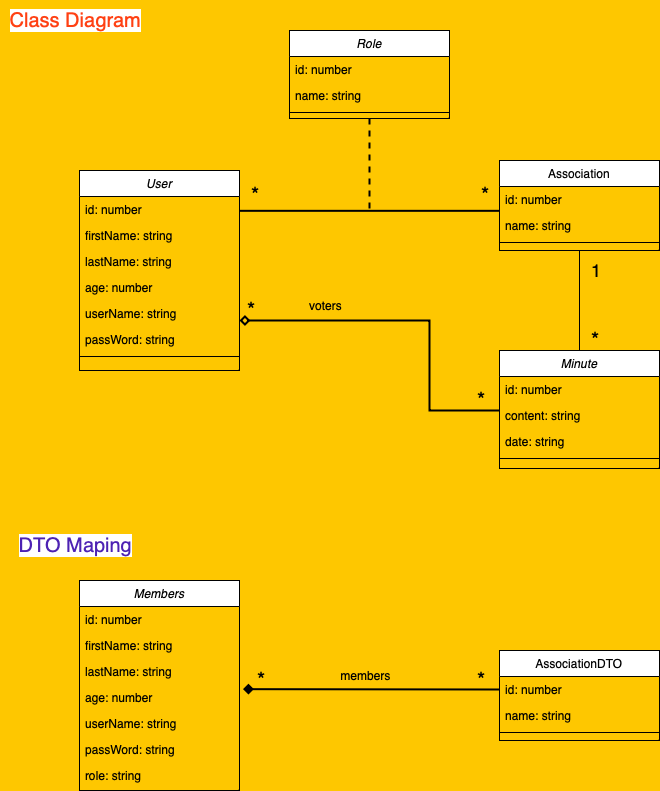
Before: Classe Diagram.drawio.png, a diagram exported from draw.io (ZieAmara/fr-administration-api). Source tidied: cells renumbered, new cells last; positions are measured from the earlier drawing's top-left corner, leaving out a move shared by most shapes.
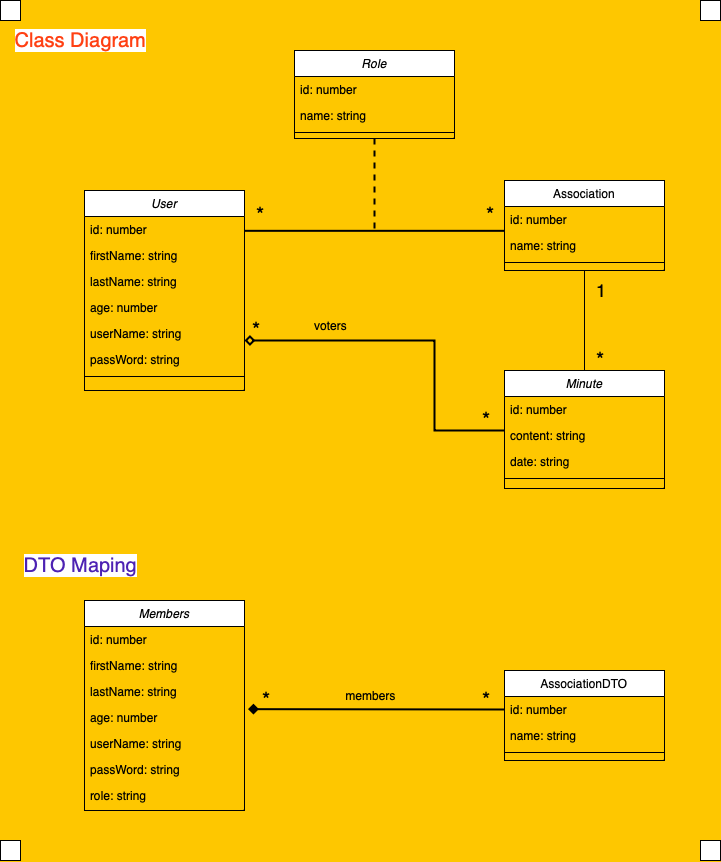
Above is the later version.

The edit, as a diff of the source:
```diff
@@ -180,5 +180,17 @@
     <mxCell id="51" value="members" style="text;html=1;align=center;verticalAlign=middle;strokeColor=none;fillColor=none;" parent="1" vertex="1">
       <mxGeometry x="330" y="660" width="70" height="30" as="geometry" />
     </mxCell>
+    <mxCell id="52" style="whiteSpace=wrap;html=1;" parent="1" vertex="1">
+      <mxGeometry x="695" y="-20" width="20" height="20" as="geometry" />
+    </mxCell>
+    <mxCell id="53" style="whiteSpace=wrap;html=1;" parent="1" vertex="1">
+      <mxGeometry x="695" y="820" width="20" height="20" as="geometry" />
+    </mxCell>
+    <mxCell id="54" style="whiteSpace=wrap;html=1;" parent="1" vertex="1">
+      <mxGeometry x="-5" y="820" width="20" height="20" as="geometry" />
+    </mxCell>
+    <mxCell id="55" style="whiteSpace=wrap;html=1;" parent="1" vertex="1">
+      <mxGeometry x="-5" y="-20" width="20" height="20" as="geometry" />
+    </mxCell>
   </root>
 </mxGraphModel>
```
